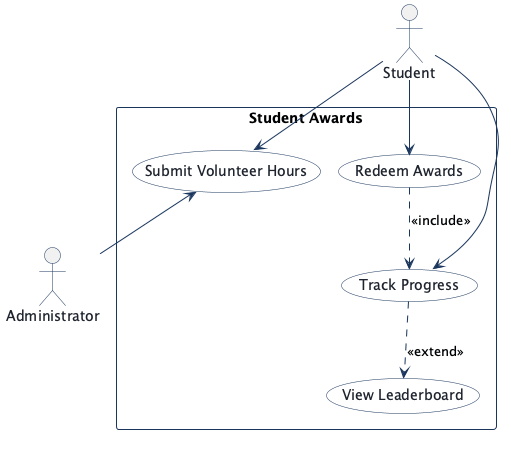
This is docs/diagrams/use-case.png from DanaRPR/comp3613a1, a PlantUML export, as it was before one commit. Source of this version:
```plantuml
@startuml
!pragma layout smetana
!pragma layout smetana
skinparam shadowing false
skinparam actorBorderColor #1B365D
skinparam actorFontColor #1E232D
skinparam usecaseBackgroundColor #FFFFFF
skinparam usecaseBorderColor #1B365D
skinparam usecaseFontColor #1E232D
skinparam rectangleBorderColor #1B365D
skinparam rectangleBackgroundColor #F8FAFC
skinparam arrowColor #1B365D

actor "Student" as Student

rectangle "Student Awards" {
  usecase "Submit Volunteer Hours" as Submit_Volunteer_Hours
  usecase "Track Progress" as Track_Progress
  usecase "View Leaderboard" as View_Leaderboard
  usecase "Redeem Awards" as Redeem_Awards
}

actor "Administrator" as Administrator

Student --> Submit_Volunteer_Hours
Submit_Volunteer_Hours <-- Administrator
Student --> Track_Progress
Track_Progress ..> View_Leaderboard : <<extend>>
Student --> Redeem_Awards
Redeem_Awards ..> Track_Progress : <<include>>

@enduml
```
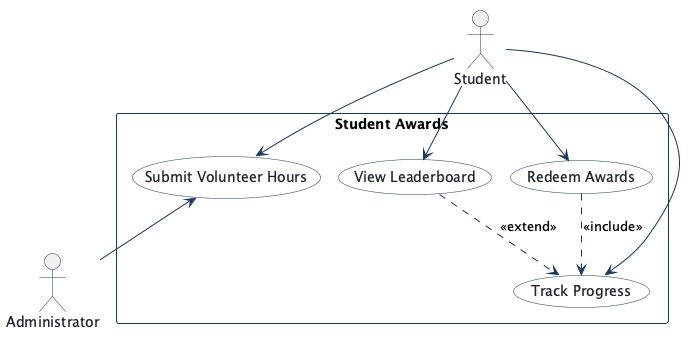
The same diagram one commit later.

Diff of the diagram source:
```diff
@@ -25,7 +25,8 @@
 Student --> Submit_Volunteer_Hours
 Submit_Volunteer_Hours <-- Administrator
 Student --> Track_Progress
-Track_Progress ..> View_Leaderboard : <<extend>>
+Student --> View_Leaderboard
+View_Leaderboard ..> Track_Progress : <<extend>>
 Student --> Redeem_Awards
 Redeem_Awards ..> Track_Progress : <<include>>
 
```
